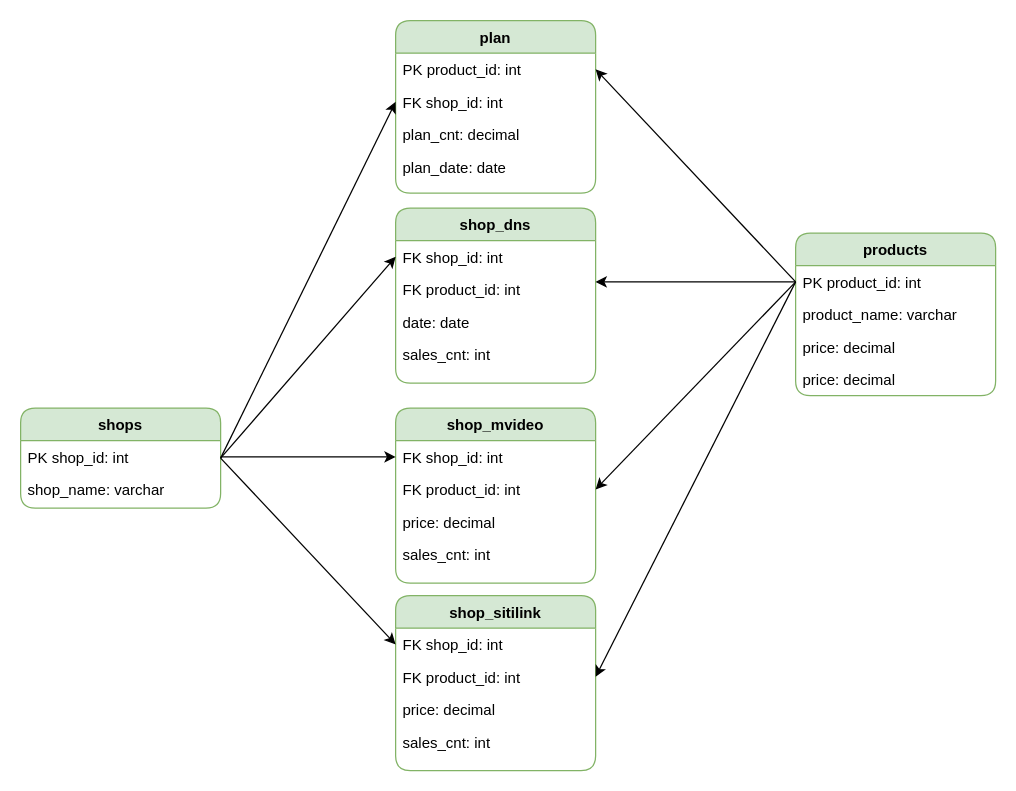
Above: retail_structure.drawio in mazavlia/Theme_2.4_DWH_Base (draw.io), before the change. Source tidied: cells renumbered, new cells numbered last; positions are measured from the earlier drawing's top-left corner, leaving out a move shared by most shapes. Both pictures are drawn from the tidied source at 125%, with x=0, y=0 at pixel (20, 20).
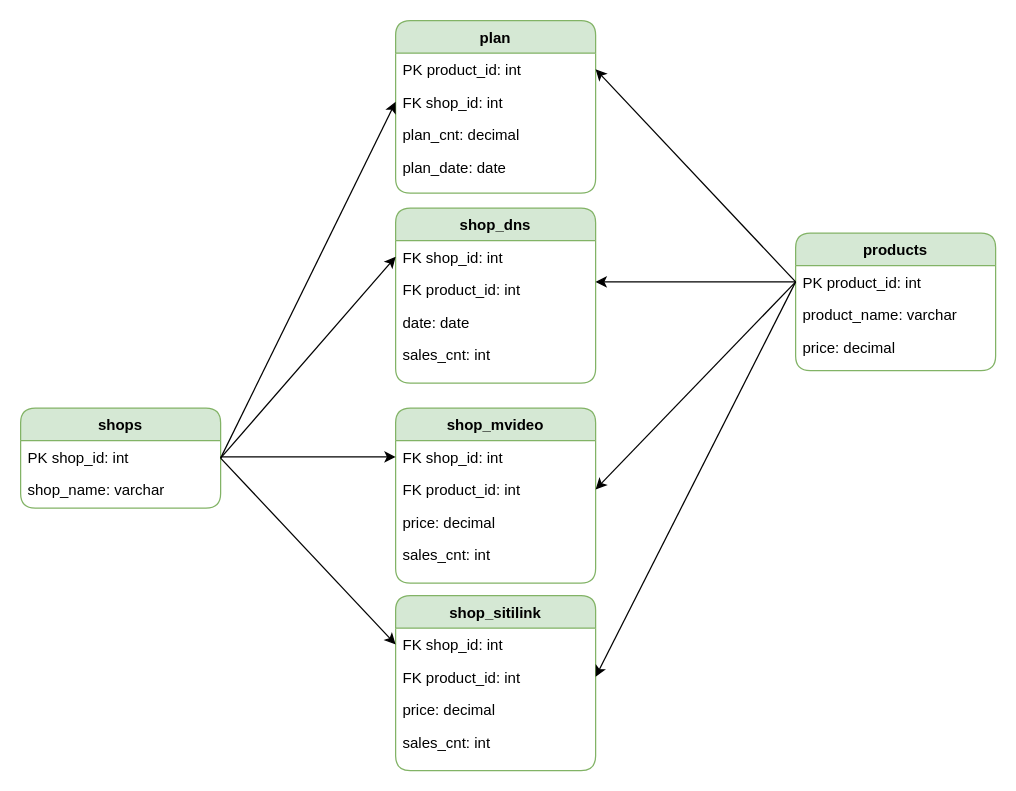
The same page after the edit.

The edit, as a diff of the source:
```diff
@@
     <mxCell id="7" value="products" style="swimlane;fontStyle=1;align=center;verticalAlign=top;horizontal=1;startSize=26;rounded=1;shadow=0;strokeWidth=1;fillColor=#d5e8d4;strokeColor=#82b366;" parent="1" vertex="1">
-      <mxGeometry x="620" y="170" width="160" height="130" as="geometry" />
+      <mxGeometry x="620" y="170" width="160" height="110" as="geometry" />
     </mxCell>
@@
-    <mxCell id="11" value="price: decimal" style="text;align=left;verticalAlign=top;spacingLeft=4;spacingRight=4;overflow=hidden;rounded=0;shadow=0;html=0;" parent="7" vertex="1">
-      <mxGeometry y="104" width="160" height="26" as="geometry" />
-    </mxCell>
```
